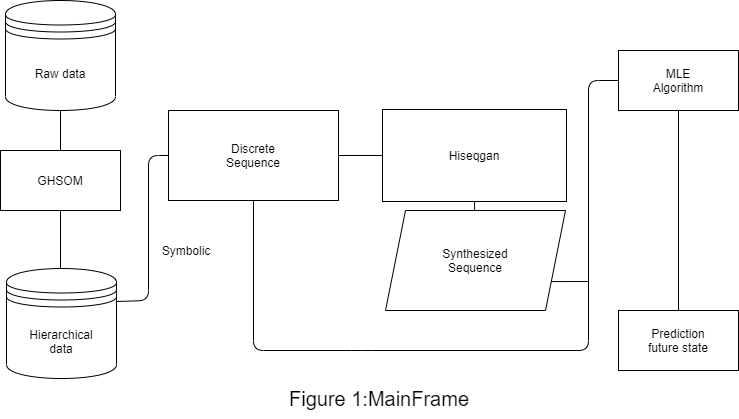
Above: draw.io/mainframe(1).png in lina2360/HiSeqGan (draw.io), before the change. Source tidied: cells renumbered, new cells last; positions are measured from the earlier drawing's top-left corner, leaving out a move shared by most shapes. The source it was exported from:
```xml
<mxGraphModel>
  <root>
    <mxCell id="0" />
    <mxCell id="1" parent="0" />
    <mxCell id="2" value="GHSOM" style="rounded=0;whiteSpace=wrap;html=1;" parent="1" vertex="1">
      <mxGeometry y="150" width="120" height="60" as="geometry" />
    </mxCell>
    <mxCell id="3" value="Discrete&lt;br&gt;Sequence" style="rounded=0;whiteSpace=wrap;html=1;" parent="1" vertex="1">
      <mxGeometry x="168" y="110" width="170" height="90" as="geometry" />
    </mxCell>
    <mxCell id="4" value="Hiseqgan" style="rounded=0;whiteSpace=wrap;html=1;" parent="1" vertex="1">
      <mxGeometry x="382" y="109" width="184" height="92" as="geometry" />
    </mxCell>
    <mxCell id="5" value="Synthesized&lt;br&gt;Sequence" style="shape=parallelogram;perimeter=parallelogramPerimeter;whiteSpace=wrap;html=1;fixedSize=1;" parent="1" vertex="1">
      <mxGeometry x="385" y="210" width="180" height="100" as="geometry" />
    </mxCell>
    <mxCell id="6" value="MLE&lt;br&gt;Algorithm" style="rounded=0;whiteSpace=wrap;html=1;" parent="1" vertex="1">
      <mxGeometry x="618" y="50" width="120" height="60" as="geometry" />
    </mxCell>
    <mxCell id="7" value="Prediction&lt;br&gt;future state" style="rounded=0;whiteSpace=wrap;html=1;" parent="1" vertex="1">
      <mxGeometry x="618" y="310" width="120" height="60" as="geometry" />
    </mxCell>
    <mxCell id="8" style="endArrow=none;html=1;exitX=0.5;exitY=1;exitDx=0;exitDy=0;entryX=0.5;entryY=0;entryDx=0;entryDy=0;" parent="1" edge="1" target="2">
      <mxGeometry relative="1" as="geometry">
        <mxPoint x="60" y="90" as="sourcePoint" />
      </mxGeometry>
    </mxCell>
    <mxCell id="9" style="endArrow=none;html=1;exitX=0.5;exitY=1;exitDx=0;exitDy=0;entryX=0.5;entryY=0;entryDx=0;entryDy=0;" parent="1" edge="1" source="2">
      <mxGeometry relative="1" as="geometry">
        <mxPoint x="60" y="270" as="targetPoint" />
      </mxGeometry>
    </mxCell>
    <mxCell id="10" style="endArrow=none;html=1;entryX=0;entryY=0.5;entryDx=0;entryDy=0;exitX=1;exitY=0.3;exitDx=0;exitDy=0;" parent="1" edge="1" source="17" target="3">
      <mxGeometry relative="1" as="geometry">
        <Array as="points">
          <mxPoint x="148" y="300" />
          <mxPoint x="148" y="155" />
        </Array>
      </mxGeometry>
    </mxCell>
    <mxCell id="11" style="endArrow=none;html=1;entryX=0.5;entryY=1;entryDx=0;entryDy=0;" parent="1" edge="1" source="5" target="4">
      <mxGeometry relative="1" as="geometry" />
    </mxCell>
    <mxCell id="12" style="endArrow=none;html=1;exitX=0.5;exitY=1;exitDx=0;exitDy=0;entryX=0;entryY=0.5;entryDx=0;entryDy=0;" parent="1" edge="1" source="3" target="6">
      <mxGeometry relative="1" as="geometry">
        <Array as="points">
          <mxPoint x="253" y="350" />
          <mxPoint x="361" y="350" />
          <mxPoint x="588" y="350" />
          <mxPoint x="588" y="80" />
        </Array>
      </mxGeometry>
    </mxCell>
    <mxCell id="13" style="endArrow=none;html=1;entryX=1;entryY=0.75;entryDx=0;entryDy=0;" parent="1" edge="1" target="5">
      <mxGeometry relative="1" as="geometry">
        <mxPoint x="588" y="281" as="sourcePoint" />
      </mxGeometry>
    </mxCell>
    <mxCell id="14" style="endArrow=none;html=1;entryX=0.5;entryY=1;entryDx=0;entryDy=0;exitX=0.5;exitY=0;exitDx=0;exitDy=0;" parent="1" edge="1" source="7" target="6">
      <mxGeometry relative="1" as="geometry" />
    </mxCell>
    <mxCell id="15" value="Symbolic" style="text;html=1;strokeColor=none;fillColor=none;align=center;verticalAlign=middle;whiteSpace=wrap;rounded=0;" parent="1" vertex="1">
      <mxGeometry x="151" y="240" width="70" height="20" as="geometry" />
    </mxCell>
    <mxCell id="16" value="&lt;span&gt;Raw data&lt;/span&gt;" style="shape=datastore;whiteSpace=wrap;html=1;" parent="1" vertex="1">
      <mxGeometry x="5" width="110" height="110" as="geometry" />
    </mxCell>
    <mxCell id="17" value="&lt;span&gt;Hierarchical&lt;/span&gt;&lt;br&gt;&lt;span&gt;data&lt;/span&gt;" style="shape=datastore;whiteSpace=wrap;html=1;" parent="1" vertex="1">
      <mxGeometry x="6" y="268" width="110" height="110" as="geometry" />
    </mxCell>
    <mxCell id="18" value="&lt;font style=&quot;font-size: 20px&quot;&gt;Figure 1:MainFrame&lt;/font&gt;" style="text;html=1;strokeColor=none;fillColor=none;align=center;verticalAlign=middle;whiteSpace=wrap;rounded=0;" parent="1" vertex="1">
      <mxGeometry x="278" y="378" width="202" height="40" as="geometry" />
    </mxCell>
    <mxCell id="19" style="endArrow=none;html=1;exitX=1;exitY=0.5;exitDx=0;exitDy=0;entryX=0;entryY=0.5;entryDx=0;entryDy=0;" parent="1" edge="1" source="3" target="4">
      <mxGeometry relative="1" as="geometry" />
    </mxCell>
  </root>
</mxGraphModel>
```
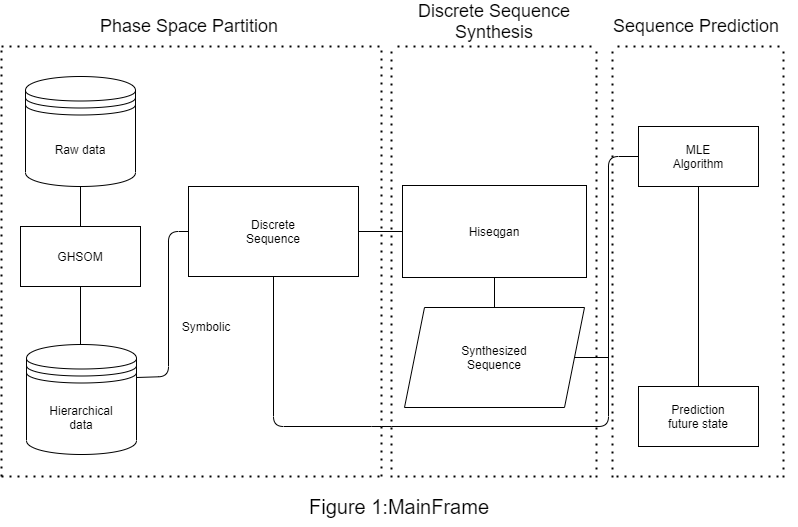
After the change.

Change to the diagram source:
```diff
@@ -12,7 +12,7 @@
       <mxGeometry x="382" y="109" width="184" height="92" as="geometry" />
     </mxCell>
     <mxCell id="5" value="Synthesized&lt;br&gt;Sequence" style="shape=parallelogram;perimeter=parallelogramPerimeter;whiteSpace=wrap;html=1;fixedSize=1;" parent="1" vertex="1">
-      <mxGeometry x="385" y="210" width="180" height="100" as="geometry" />
+      <mxGeometry x="384" y="231" width="180" height="100" as="geometry" />
     </mxCell>
     <mxCell id="6" value="MLE&lt;br&gt;Algorithm" style="rounded=0;whiteSpace=wrap;html=1;" parent="1" vertex="1">
       <mxGeometry x="618" y="50" width="120" height="60" as="geometry" />
@@ -51,7 +51,7 @@
         </Array>
       </mxGeometry>
     </mxCell>
-    <mxCell id="13" style="endArrow=none;html=1;entryX=1;entryY=0.75;entryDx=0;entryDy=0;" parent="1" edge="1" target="5">
+    <mxCell id="13" style="endArrow=none;html=1;entryX=1;entryY=0.5;entryDx=0;entryDy=0;" parent="1" edge="1" target="5">
       <mxGeometry relative="1" as="geometry">
         <mxPoint x="588" y="281" as="sourcePoint" />
       </mxGeometry>
@@ -69,10 +69,91 @@
       <mxGeometry x="6" y="268" width="110" height="110" as="geometry" />
     </mxCell>
     <mxCell id="18" value="&lt;font style=&quot;font-size: 20px&quot;&gt;Figure 1:MainFrame&lt;/font&gt;" style="text;html=1;strokeColor=none;fillColor=none;align=center;verticalAlign=middle;whiteSpace=wrap;rounded=0;" parent="1" vertex="1">
-      <mxGeometry x="278" y="378" width="202" height="40" as="geometry" />
+      <mxGeometry x="278" y="410" width="202" height="40" as="geometry" />
     </mxCell>
     <mxCell id="19" style="endArrow=none;html=1;exitX=1;exitY=0.5;exitDx=0;exitDy=0;entryX=0;entryY=0.5;entryDx=0;entryDy=0;" parent="1" edge="1" source="3" target="4">
       <mxGeometry relative="1" as="geometry" />
     </mxCell>
+    <mxCell id="20" style="endArrow=none;dashed=1;html=1;dashPattern=1 3;strokeWidth=2;" parent="1" edge="1">
+      <mxGeometry relative="1" as="geometry">
+        <mxPoint x="-19" y="400" as="sourcePoint" />
+        <mxPoint x="-19" y="-30" as="targetPoint" />
+      </mxGeometry>
+    </mxCell>
+    <mxCell id="21" style="endArrow=none;dashed=1;html=1;dashPattern=1 3;strokeWidth=2;" parent="1" edge="1">
+      <mxGeometry relative="1" as="geometry">
+        <mxPoint x="-19" y="-30" as="sourcePoint" />
+        <mxPoint x="361" y="-30" as="targetPoint" />
+      </mxGeometry>
+    </mxCell>
+    <mxCell id="22" style="endArrow=none;dashed=1;html=1;dashPattern=1 3;strokeWidth=2;" parent="1" edge="1">
+      <mxGeometry relative="1" as="geometry">
+        <mxPoint x="361" y="400" as="sourcePoint" />
+        <mxPoint x="361" y="-30" as="targetPoint" />
+      </mxGeometry>
+    </mxCell>
+    <mxCell id="23" style="endArrow=none;dashed=1;html=1;dashPattern=1 3;strokeWidth=2;" parent="1" edge="1">
+      <mxGeometry relative="1" as="geometry">
+        <mxPoint x="-19" y="400" as="sourcePoint" />
+        <mxPoint x="361" y="400" as="targetPoint" />
+      </mxGeometry>
+    </mxCell>
+    <mxCell id="24" style="endArrow=none;dashed=1;html=1;dashPattern=1 3;strokeWidth=2;" parent="1" edge="1">
+      <mxGeometry relative="1" as="geometry">
+        <mxPoint x="371" y="401" as="sourcePoint" />
+        <mxPoint x="371" y="-29" as="targetPoint" />
+      </mxGeometry>
+    </mxCell>
+    <mxCell id="25" style="endArrow=none;dashed=1;html=1;dashPattern=1 3;strokeWidth=2;" parent="1" edge="1">
+      <mxGeometry relative="1" as="geometry">
+        <mxPoint x="576" y="401" as="sourcePoint" />
+        <mxPoint x="576" y="-29" as="targetPoint" />
+      </mxGeometry>
+    </mxCell>
+    <mxCell id="26" style="endArrow=none;dashed=1;html=1;dashPattern=1 3;strokeWidth=2;" parent="1" edge="1">
+      <mxGeometry relative="1" as="geometry">
+        <mxPoint x="571" y="-30" as="sourcePoint" />
+        <mxPoint x="371" y="-30" as="targetPoint" />
+      </mxGeometry>
+    </mxCell>
+    <mxCell id="27" style="endArrow=none;dashed=1;html=1;dashPattern=1 3;strokeWidth=2;" parent="1" edge="1">
+      <mxGeometry relative="1" as="geometry">
+        <mxPoint x="571" y="400" as="sourcePoint" />
+        <mxPoint x="371" y="400" as="targetPoint" />
+      </mxGeometry>
+    </mxCell>
+    <mxCell id="28" style="endArrow=none;dashed=1;html=1;dashPattern=1 3;strokeWidth=2;" parent="1" edge="1">
+      <mxGeometry relative="1" as="geometry">
+        <mxPoint x="592" y="401" as="sourcePoint" />
+        <mxPoint x="592" y="-29" as="targetPoint" />
+      </mxGeometry>
+    </mxCell>
+    <mxCell id="29" style="endArrow=none;dashed=1;html=1;dashPattern=1 3;strokeWidth=2;" parent="1" edge="1">
+      <mxGeometry relative="1" as="geometry">
+        <mxPoint x="763" y="401" as="sourcePoint" />
+        <mxPoint x="763" y="-29" as="targetPoint" />
+      </mxGeometry>
+    </mxCell>
+    <mxCell id="30" style="endArrow=none;dashed=1;html=1;dashPattern=1 3;strokeWidth=2;" parent="1" edge="1">
+      <mxGeometry relative="1" as="geometry">
+        <mxPoint x="758" y="400" as="sourcePoint" />
+        <mxPoint x="591" y="400" as="targetPoint" />
+      </mxGeometry>
+    </mxCell>
+    <mxCell id="31" style="endArrow=none;dashed=1;html=1;dashPattern=1 3;strokeWidth=2;" parent="1" edge="1">
+      <mxGeometry relative="1" as="geometry">
+        <mxPoint x="759" y="-30" as="sourcePoint" />
+        <mxPoint x="592" y="-30" as="targetPoint" />
+      </mxGeometry>
+    </mxCell>
+    <mxCell id="32" value="&lt;font style=&quot;font-size: 18px&quot;&gt;Phase Space Partition&lt;/font&gt;" style="text;html=1;strokeColor=none;fillColor=none;align=center;verticalAlign=middle;whiteSpace=wrap;rounded=0;" parent="1" vertex="1">
+      <mxGeometry x="68" y="-70" width="202" height="40" as="geometry" />
+    </mxCell>
+    <mxCell id="33" value="&lt;font style=&quot;font-size: 18px&quot;&gt;Discrete Sequence Synthesis&lt;/font&gt;" style="text;html=1;strokeColor=none;fillColor=none;align=center;verticalAlign=middle;whiteSpace=wrap;rounded=0;" parent="1" vertex="1">
+      <mxGeometry x="373" y="-75" width="202" height="40" as="geometry" />
+    </mxCell>
+    <mxCell id="34" value="&lt;font style=&quot;font-size: 18px&quot;&gt;Sequence Prediction&lt;/font&gt;" style="text;html=1;strokeColor=none;fillColor=none;align=center;verticalAlign=middle;whiteSpace=wrap;rounded=0;" parent="1" vertex="1">
+      <mxGeometry x="575" y="-70" width="202" height="40" as="geometry" />
+    </mxCell>
   </root>
 </mxGraphModel>
```
